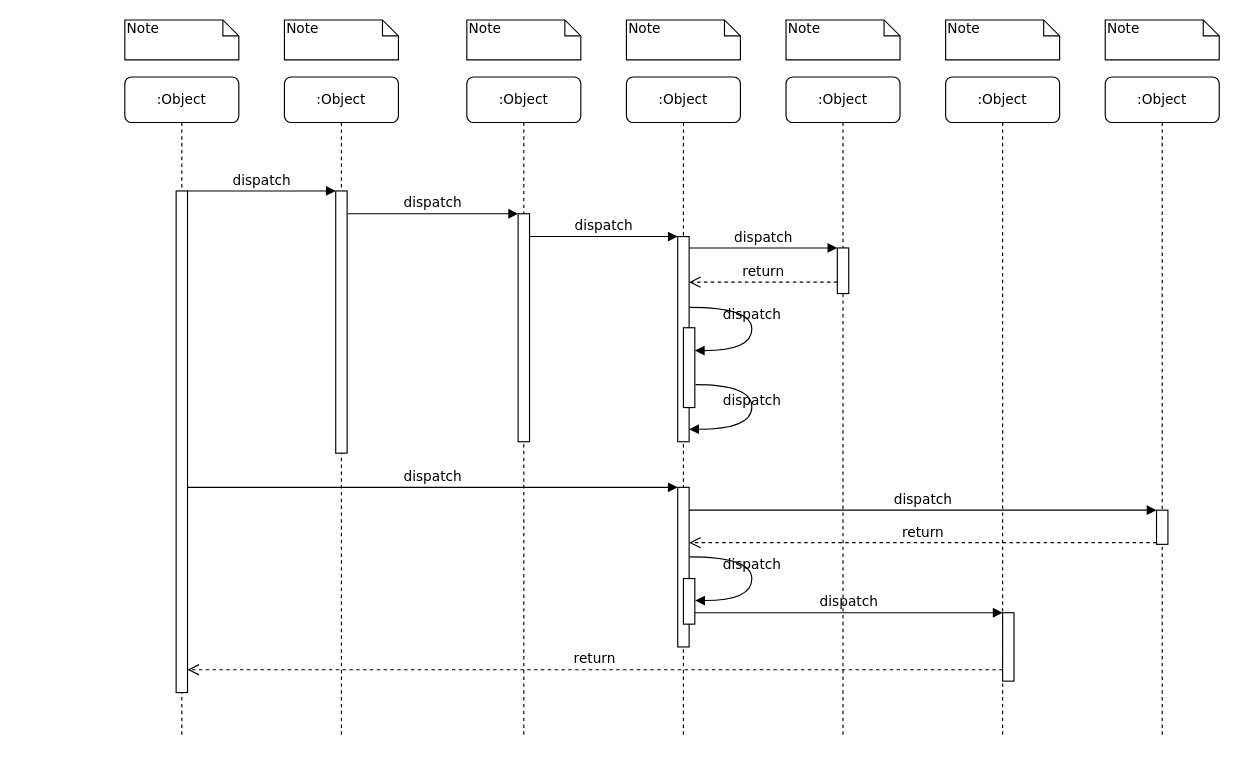
The draw.io diagram Seq-DeviceHost.initialize.drawio in SuperSources/draw.io, before the edit. Source tidied: cells renumbered, new cells numbered last; positions are measured from the earlier drawing's top-left corner, leaving out a move shared by most shapes. Both pictures are drawn from the tidied source at 114%, with x=0, y=0 at pixel (124, 19).
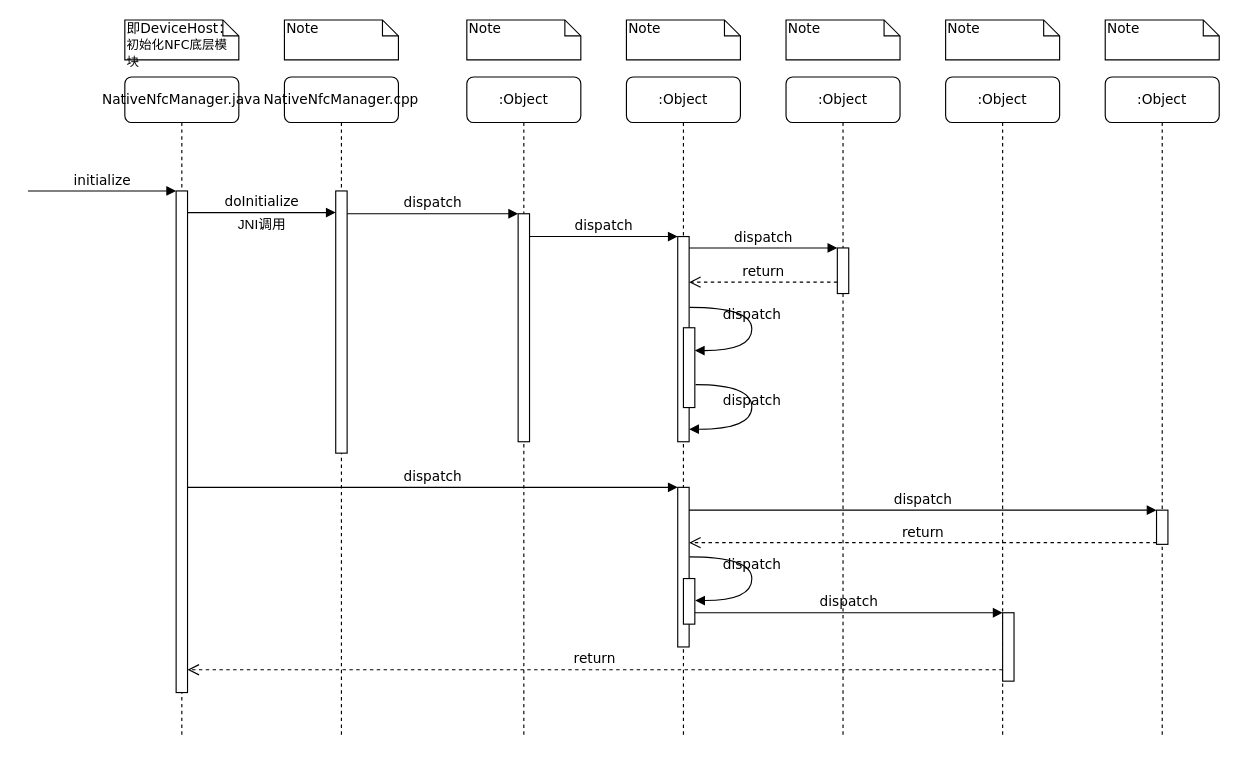
The same diagram, later.

Unchanged cells that the change refers to:
```xml
<mxCell id="3" style="html=1;points=[];perimeter=orthogonalPerimeter;rounded=0;shadow=0;comic=0;labelBackgroundColor=none;strokeWidth=1;fontFamily=Verdana;fontSize=12;align=center;" parent="2" vertex="1">
  <mxGeometry x="45" y="100" width="10" height="230" as="geometry" />
</mxCell>
<mxCell id="11" style="html=1;points=[];perimeter=orthogonalPerimeter;rounded=0;shadow=0;comic=0;labelBackgroundColor=none;strokeWidth=1;fontFamily=Verdana;fontSize=12;align=center;" parent="10" vertex="1">
  <mxGeometry x="45" y="100" width="10" height="440" as="geometry" />
</mxCell>
```

Change to the diagram source:
```diff
@@
-    <mxCell id="2" value=":Object" style="shape=umlLifeline;perimeter=lifelinePerimeter;whiteSpace=wrap;html=1;rounded=1;shadow=0;comic=0;labelBackgroundColor=none;strokeWidth=1;fontFamily=Verdana;fontSize=12;align=center;" parent="1" vertex="1">
+    <mxCell id="2" value="NativeNfcManager.cpp" style="shape=umlLifeline;perimeter=lifelinePerimeter;whiteSpace=wrap;html=1;rounded=1;shadow=0;comic=0;labelBackgroundColor=none;strokeWidth=1;fontFamily=Verdana;fontSize=12;align=center;" parent="1" vertex="1">
       <mxGeometry x="140" y="50" width="100" height="580" as="geometry" />
     </mxCell>
@@
-    <mxCell id="10" value=":Object" style="shape=umlLifeline;perimeter=lifelinePerimeter;whiteSpace=wrap;html=1;rounded=1;shadow=0;comic=0;labelBackgroundColor=none;strokeWidth=1;fontFamily=Verdana;fontSize=12;align=center;" parent="1" vertex="1">
+    <mxCell id="10" value="NativeNfcManager.java" style="shape=umlLifeline;perimeter=lifelinePerimeter;whiteSpace=wrap;html=1;rounded=1;shadow=0;comic=0;labelBackgroundColor=none;strokeWidth=1;fontFamily=Verdana;fontSize=12;align=center;" parent="1" vertex="1">
       <mxGeometry y="50" width="100" height="580" as="geometry" />
     </mxCell>
@@
+    <mxCell id="39" value="initialize" style="html=1;verticalAlign=bottom;endArrow=block;entryX=0;entryY=0;labelBackgroundColor=none;fontFamily=Verdana;fontSize=12;edgeStyle=elbowEdgeStyle;elbow=vertical;" parent="10" edge="1">
+      <mxGeometry relative="1" as="geometry">
+        <mxPoint x="-85" y="100" as="sourcePoint" />
+        <mxPoint x="45" y="100" as="targetPoint" />
+      </mxGeometry>
+    </mxCell>
@@
-    <mxCell id="25" value="dispatch" style="html=1;verticalAlign=bottom;endArrow=block;entryX=0;entryY=0;labelBackgroundColor=none;fontFamily=Verdana;fontSize=12;edgeStyle=elbowEdgeStyle;elbow=vertical;" parent="1" edge="1" source="11" target="3">
-      <mxGeometry relative="1" as="geometry" />
+    <mxCell id="25" value="doInitialize" style="html=1;verticalAlign=bottom;endArrow=block;entryX=0;entryY=0;labelBackgroundColor=none;fontFamily=Verdana;fontSize=12;edgeStyle=elbowEdgeStyle;elbow=vertical;" parent="1" edge="1">
+      <mxGeometry relative="1" as="geometry">
+        <mxPoint x="55" y="169" as="sourcePoint" />
+        <mxPoint x="185" y="169" as="targetPoint" />
+      </mxGeometry>
     </mxCell>
@@
-    <mxCell id="32" value="Note" style="shape=note;whiteSpace=wrap;html=1;size=14;verticalAlign=top;align=left;spacingTop=-6;rounded=0;shadow=0;comic=0;labelBackgroundColor=none;strokeWidth=1;fontFamily=Verdana;fontSize=12;" parent="1" vertex="1">
+    <mxCell id="32" value="即DeviceHost：&lt;span style=&quot;font-size: 11px&quot;&gt;初始化NFC底层模块&lt;/span&gt;" style="shape=note;whiteSpace=wrap;html=1;size=14;verticalAlign=top;align=left;spacingTop=-6;rounded=0;shadow=0;comic=0;labelBackgroundColor=none;strokeWidth=1;fontFamily=Verdana;fontSize=12;" parent="1" vertex="1">
       <mxGeometry width="100" height="35" as="geometry" />
     </mxCell>
@@
+    <mxCell id="40" value="JNI调用" style="text;html=1;align=center;verticalAlign=middle;fillColor=none;strokeColor=none;rounded=0;" parent="1" vertex="1">
+      <mxGeometry x="90" y="170" width="60" height="20" as="geometry" />
+    </mxCell>
```
